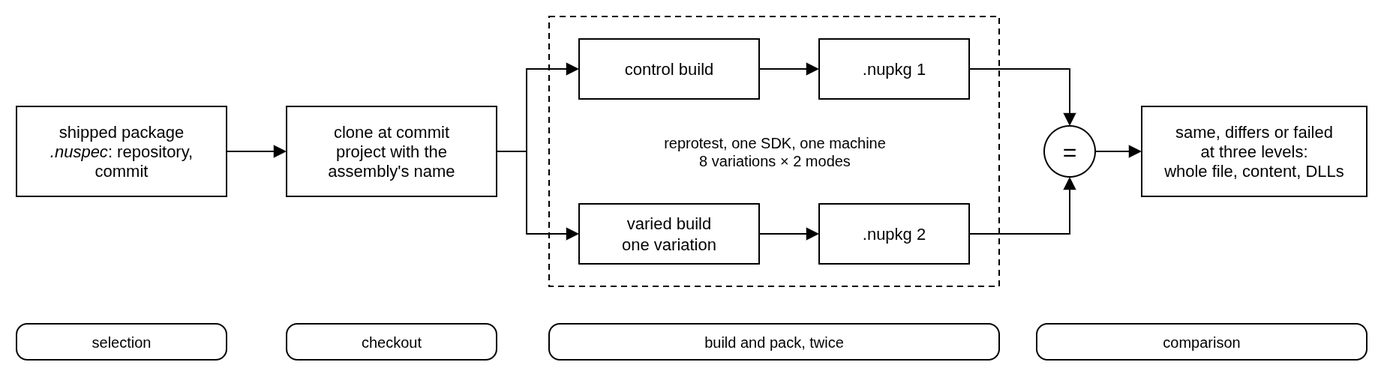
The draw.io diagram 2-dependencies/2a-determinism/figures/pipeline-2a.drawio.png in leosakharoff/dotnet-rebuild-experiments, before a commit. Source tidied: cells renumbered, new cells last; positions are measured from the earlier drawing's top-left corner, leaving out a move shared by most shapes. The source it was exported from:
```xml
<mxGraphModel background="#FFFFFF">
  <root>
    <mxCell id="0" />
    <mxCell id="1" parent="0" />
    <mxCell id="2" style="rounded=0;whiteSpace=wrap;html=1;fillColor=none;strokeColor=#000000;strokeWidth=1;dashed=1;dashPattern=4 3;" parent="1" vertex="1">
      <mxGeometry x="355" width="300" height="180" as="geometry" />
    </mxCell>
    <mxCell id="3" value="reprotest, one SDK, one machine&lt;br&gt;8 variations × 2 modes" style="text;html=1;align=center;verticalAlign=middle;fontFamily=Helvetica;fontSize=10;fontColor=#000000;" parent="1" vertex="1">
      <mxGeometry x="355" y="68" width="300" height="44" as="geometry" />
    </mxCell>
    <mxCell id="4" value="shipped package&lt;br&gt;&lt;i&gt;.nuspec&lt;/i&gt;: repository,&lt;br&gt;commit" style="rounded=0;whiteSpace=wrap;html=1;fillColor=#FFFFFF;strokeColor=#000000;strokeWidth=1;fontFamily=Helvetica;fontSize=11;fontColor=#000000;" parent="1" vertex="1">
      <mxGeometry y="60" width="140" height="60" as="geometry" />
    </mxCell>
    <mxCell id="5" value="clone at commit&lt;br&gt;project with the&lt;br&gt;assembly's name" style="rounded=0;whiteSpace=wrap;html=1;fillColor=#FFFFFF;strokeColor=#000000;strokeWidth=1;fontFamily=Helvetica;fontSize=11;fontColor=#000000;" parent="1" vertex="1">
      <mxGeometry x="180" y="60" width="140" height="60" as="geometry" />
    </mxCell>
    <mxCell id="6" value="control build" style="rounded=0;whiteSpace=wrap;html=1;fillColor=#FFFFFF;strokeColor=#000000;strokeWidth=1;fontFamily=Helvetica;fontSize=11;fontColor=#000000;" parent="1" vertex="1">
      <mxGeometry x="375" y="15" width="120" height="40" as="geometry" />
    </mxCell>
    <mxCell id="7" value="varied build&lt;br&gt;one variation" style="rounded=0;whiteSpace=wrap;html=1;fillColor=#FFFFFF;strokeColor=#000000;strokeWidth=1;fontFamily=Helvetica;fontSize=11;fontColor=#000000;" parent="1" vertex="1">
      <mxGeometry x="375" y="125" width="120" height="40" as="geometry" />
    </mxCell>
    <mxCell id="8" value=".nupkg 1" style="rounded=0;whiteSpace=wrap;html=1;fillColor=#FFFFFF;strokeColor=#000000;strokeWidth=1;fontFamily=Helvetica;fontSize=11;fontColor=#000000;" parent="1" vertex="1">
      <mxGeometry x="535" y="15" width="100" height="40" as="geometry" />
    </mxCell>
    <mxCell id="9" value=".nupkg 2" style="rounded=0;whiteSpace=wrap;html=1;fillColor=#FFFFFF;strokeColor=#000000;strokeWidth=1;fontFamily=Helvetica;fontSize=11;fontColor=#000000;" parent="1" vertex="1">
      <mxGeometry x="535" y="125" width="100" height="40" as="geometry" />
    </mxCell>
    <mxCell id="10" value="=" style="ellipse;whiteSpace=wrap;html=1;fillColor=#FFFFFF;strokeColor=#000000;strokeWidth=1;fontFamily=Helvetica;fontSize=16;fontColor=#000000;" parent="1" vertex="1">
      <mxGeometry x="685" y="73" width="34" height="34" as="geometry" />
    </mxCell>
    <mxCell id="11" value="same, differs or failed&lt;br&gt;at three levels:&lt;br&gt;whole file, content, DLLs" style="rounded=0;whiteSpace=wrap;html=1;fillColor=#FFFFFF;strokeColor=#000000;strokeWidth=1;fontFamily=Helvetica;fontSize=11;fontColor=#000000;" parent="1" vertex="1">
      <mxGeometry x="750" y="60" width="150" height="60" as="geometry" />
    </mxCell>
    <mxCell id="12" style="edgeStyle=orthogonalEdgeStyle;rounded=0;html=1;endArrow=block;endSize=6;strokeColor=#000000;strokeWidth=1;" parent="1" edge="1" source="4" target="5">
      <mxGeometry relative="1" as="geometry" />
    </mxCell>
    <mxCell id="13" style="edgeStyle=orthogonalEdgeStyle;rounded=0;html=1;endArrow=block;endSize=6;strokeColor=#000000;strokeWidth=1;exitX=1;exitY=0.5;entryX=0;entryY=0.5;" parent="1" edge="1" source="5" target="6">
      <mxGeometry relative="1" as="geometry">
        <Array as="points">
          <mxPoint x="340" y="90" />
          <mxPoint x="340" y="35" />
        </Array>
      </mxGeometry>
    </mxCell>
    <mxCell id="14" style="edgeStyle=orthogonalEdgeStyle;rounded=0;html=1;endArrow=block;endSize=6;strokeColor=#000000;strokeWidth=1;exitX=1;exitY=0.5;entryX=0;entryY=0.5;" parent="1" edge="1" source="5" target="7">
      <mxGeometry relative="1" as="geometry">
        <Array as="points">
          <mxPoint x="340" y="90" />
          <mxPoint x="340" y="145" />
        </Array>
      </mxGeometry>
    </mxCell>
    <mxCell id="15" style="edgeStyle=orthogonalEdgeStyle;rounded=0;html=1;endArrow=block;endSize=6;strokeColor=#000000;strokeWidth=1;" parent="1" edge="1" source="6" target="8">
      <mxGeometry relative="1" as="geometry" />
    </mxCell>
    <mxCell id="16" style="edgeStyle=orthogonalEdgeStyle;rounded=0;html=1;endArrow=block;endSize=6;strokeColor=#000000;strokeWidth=1;" parent="1" edge="1" source="7" target="9">
      <mxGeometry relative="1" as="geometry" />
    </mxCell>
    <mxCell id="17" style="edgeStyle=orthogonalEdgeStyle;rounded=0;html=1;endArrow=block;endSize=6;strokeColor=#000000;strokeWidth=1;exitX=1;exitY=0.5;entryX=0.5;entryY=0;" parent="1" edge="1" source="8" target="10">
      <mxGeometry relative="1" as="geometry" />
    </mxCell>
    <mxCell id="18" style="edgeStyle=orthogonalEdgeStyle;rounded=0;html=1;endArrow=block;endSize=6;strokeColor=#000000;strokeWidth=1;exitX=1;exitY=0.5;entryX=0.5;entryY=1;" parent="1" edge="1" source="9" target="10">
      <mxGeometry relative="1" as="geometry" />
    </mxCell>
    <mxCell id="19" style="edgeStyle=orthogonalEdgeStyle;rounded=0;html=1;endArrow=block;endSize=6;strokeColor=#000000;strokeWidth=1;" parent="1" edge="1" source="10" target="11">
      <mxGeometry relative="1" as="geometry" />
    </mxCell>
    <mxCell id="20" value="selection" style="rounded=1;whiteSpace=wrap;html=1;arcSize=30;fillColor=#FFFFFF;strokeColor=#000000;strokeWidth=1;fontFamily=Helvetica;fontSize=10;fontColor=#000000;" parent="1" vertex="1">
      <mxGeometry y="205" width="140" height="24" as="geometry" />
    </mxCell>
    <mxCell id="21" value="checkout" style="rounded=1;whiteSpace=wrap;html=1;arcSize=30;fillColor=#FFFFFF;strokeColor=#000000;strokeWidth=1;fontFamily=Helvetica;fontSize=10;fontColor=#000000;" parent="1" vertex="1">
      <mxGeometry x="180" y="205" width="140" height="24" as="geometry" />
    </mxCell>
    <mxCell id="22" value="build and pack, twice" style="rounded=1;whiteSpace=wrap;html=1;arcSize=30;fillColor=#FFFFFF;strokeColor=#000000;strokeWidth=1;fontFamily=Helvetica;fontSize=10;fontColor=#000000;" parent="1" vertex="1">
      <mxGeometry x="355" y="205" width="300" height="24" as="geometry" />
    </mxCell>
    <mxCell id="23" value="comparison" style="rounded=1;whiteSpace=wrap;html=1;arcSize=30;fillColor=#FFFFFF;strokeColor=#000000;strokeWidth=1;fontFamily=Helvetica;fontSize=10;fontColor=#000000;" parent="1" vertex="1">
      <mxGeometry x="680" y="205" width="220" height="24" as="geometry" />
    </mxCell>
  </root>
</mxGraphModel>
```
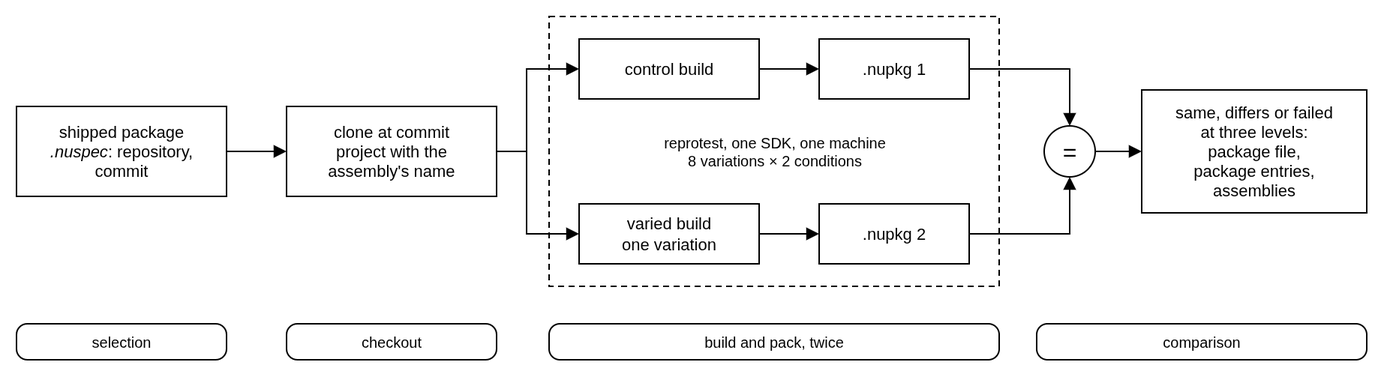
Later version of the same file.

What changed in the source:
```diff
@@ -5,7 +5,7 @@
     <mxCell id="2" style="rounded=0;whiteSpace=wrap;html=1;fillColor=none;strokeColor=#000000;strokeWidth=1;dashed=1;dashPattern=4 3;" parent="1" vertex="1">
       <mxGeometry x="355" width="300" height="180" as="geometry" />
     </mxCell>
-    <mxCell id="3" value="reprotest, one SDK, one machine&lt;br&gt;8 variations × 2 modes" style="text;html=1;align=center;verticalAlign=middle;fontFamily=Helvetica;fontSize=10;fontColor=#000000;" parent="1" vertex="1">
+    <mxCell id="3" value="reprotest, one SDK, one machine&lt;br&gt;8 variations × 2 conditions" style="text;html=1;align=center;verticalAlign=middle;fontFamily=Helvetica;fontSize=10;fontColor=#000000;" parent="1" vertex="1">
       <mxGeometry x="355" y="68" width="300" height="44" as="geometry" />
     </mxCell>
     <mxCell id="4" value="shipped package&lt;br&gt;&lt;i&gt;.nuspec&lt;/i&gt;: repository,&lt;br&gt;commit" style="rounded=0;whiteSpace=wrap;html=1;fillColor=#FFFFFF;strokeColor=#000000;strokeWidth=1;fontFamily=Helvetica;fontSize=11;fontColor=#000000;" parent="1" vertex="1">
@@ -29,8 +29,8 @@
     <mxCell id="10" value="=" style="ellipse;whiteSpace=wrap;html=1;fillColor=#FFFFFF;strokeColor=#000000;strokeWidth=1;fontFamily=Helvetica;fontSize=16;fontColor=#000000;" parent="1" vertex="1">
       <mxGeometry x="685" y="73" width="34" height="34" as="geometry" />
     </mxCell>
-    <mxCell id="11" value="same, differs or failed&lt;br&gt;at three levels:&lt;br&gt;whole file, content, DLLs" style="rounded=0;whiteSpace=wrap;html=1;fillColor=#FFFFFF;strokeColor=#000000;strokeWidth=1;fontFamily=Helvetica;fontSize=11;fontColor=#000000;" parent="1" vertex="1">
-      <mxGeometry x="750" y="60" width="150" height="60" as="geometry" />
+    <mxCell id="11" value="same, differs or failed&lt;br&gt;at three levels:&lt;br&gt;package file,&lt;br&gt;package entries,&lt;br&gt;assemblies" style="rounded=0;whiteSpace=wrap;html=1;fillColor=#FFFFFF;strokeColor=#000000;strokeWidth=1;fontFamily=Helvetica;fontSize=11;fontColor=#000000;" parent="1" vertex="1">
+      <mxGeometry x="750" y="49" width="150" height="82" as="geometry" />
     </mxCell>
     <mxCell id="12" style="edgeStyle=orthogonalEdgeStyle;rounded=0;html=1;endArrow=block;endSize=6;strokeColor=#000000;strokeWidth=1;" parent="1" edge="1" source="4" target="5">
       <mxGeometry relative="1" as="geometry" />
```
